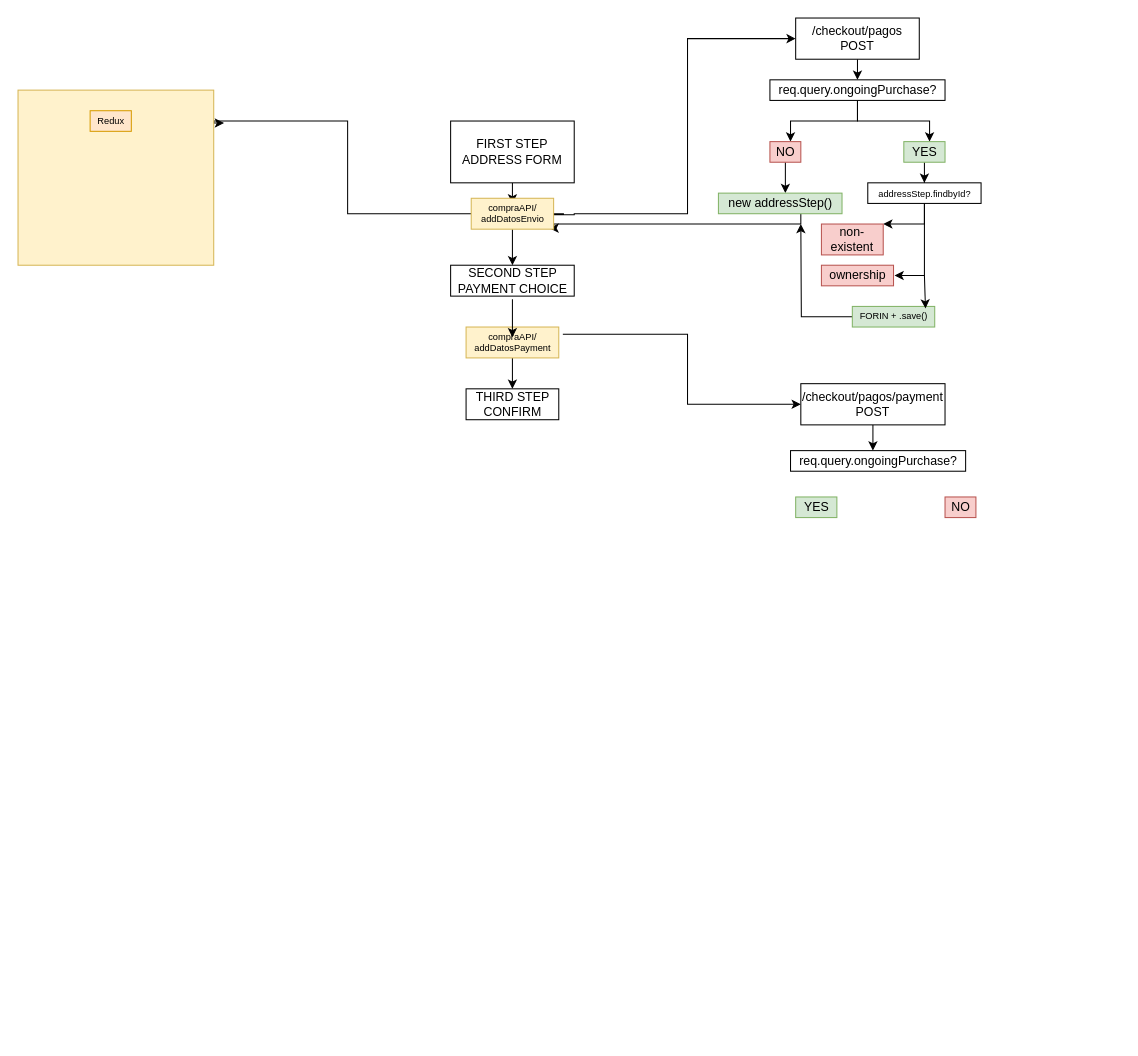
This is PERFUMERIAMUNDIAL/Untitled Diagram.drawio from CarelessAsado/Graphs, a draw.io file, before an edit. Source tidied: cells renumbered, new cells numbered last; positions are measured from the earlier drawing's top-left corner, leaving out a move shared by most shapes. Both pictures are drawn from the tidied source at 103%, with x=0, y=0 at pixel (18, 18).
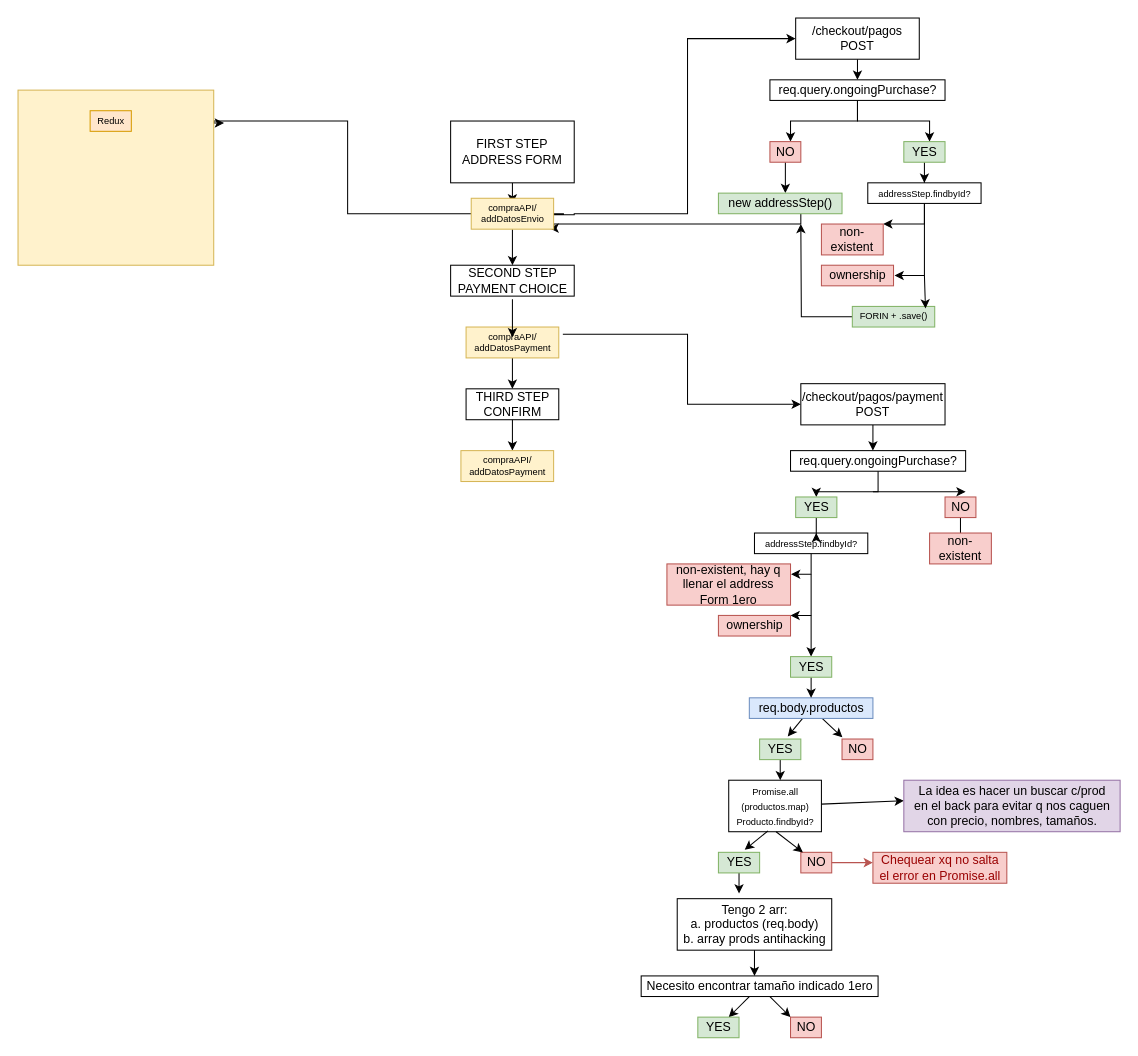
After the change.

The change refers to these unchanged cells:
```xml
<mxCell id="32" value="THIRD STEP&lt;br&gt;CONFIRM" style="text;html=1;align=center;verticalAlign=middle;points=[];strokeColor=default;fillColor=none;" parent="1" vertex="1">
  <mxGeometry x="435" y="360" width="90" height="30" as="geometry" />
</mxCell>
<mxCell id="37" value="req.query.ongoingPurchase?" style="text;html=1;align=center;verticalAlign=middle;points=[];strokeColor=default;fillColor=none;" parent="1" vertex="1">
  <mxGeometry x="750" y="420" width="170" height="20" as="geometry" />
</mxCell>
<mxCell id="38" value="NO" style="text;html=1;align=center;verticalAlign=middle;points=[];strokeColor=#b85450;fillColor=#f8cecc;" parent="1" vertex="1">
  <mxGeometry x="900" y="465" width="30" height="20" as="geometry" />
</mxCell>
<mxCell id="39" value="YES" style="text;html=1;align=center;verticalAlign=middle;points=[];strokeColor=#82b366;fillColor=#d5e8d4;" parent="1" vertex="1">
  <mxGeometry x="755" y="465" width="40" height="20" as="geometry" />
</mxCell>
```

Diff of the diagram source:
```diff
@@
+    <mxCell id="40" style="edgeStyle=orthogonalEdgeStyle;rounded=0;jettySize=auto;html=1;" parent="1" edge="1" source="32">
+      <mxGeometry relative="1" as="geometry">
+        <mxPoint x="480" y="420" as="targetPoint" />
+      </mxGeometry>
+    </mxCell>
@@
+    <mxCell id="41" style="edgeStyle=orthogonalEdgeStyle;rounded=0;jettySize=auto;html=1;" parent="1" edge="1" source="37" target="39">
+      <mxGeometry relative="1" as="geometry" />
+    </mxCell>
@@
+    <mxCell id="42" style="edgeStyle=orthogonalEdgeStyle;rounded=0;jettySize=auto;html=1;" parent="1" edge="1" source="38">
+      <mxGeometry relative="1" as="geometry">
+        <mxPoint x="915" y="500" as="targetPoint" />
+      </mxGeometry>
+    </mxCell>
@@
+    <mxCell id="43" style="edgeStyle=orthogonalEdgeStyle;rounded=0;jettySize=auto;html=1;" parent="1" edge="1" source="39">
+      <mxGeometry relative="1" as="geometry">
+        <mxPoint x="775" y="500" as="targetPoint" />
+      </mxGeometry>
+    </mxCell>
@@
+    <mxCell id="44" value="compraAPI/&lt;br&gt;addDatosPayment" style="text;html=1;align=center;verticalAlign=middle;strokeColor=#d6b656;fillColor=#fff2cc;fontSize=9;" parent="1" vertex="1">
+      <mxGeometry x="430" y="420" width="90" height="30" as="geometry" />
+    </mxCell>
+    <mxCell id="45" value="non-existent" style="whiteSpace=wrap;html=1;fillColor=#f8cecc;strokeColor=#b85450;" parent="1" vertex="1">
+      <mxGeometry x="885" y="500" width="60" height="30" as="geometry" />
+    </mxCell>
+    <mxCell id="46" style="endArrow=classic;html=1;rounded=0;" parent="1" edge="1">
+      <mxGeometry relative="1" as="geometry">
+        <mxPoint x="830" y="460" as="sourcePoint" />
+        <mxPoint x="920" y="460" as="targetPoint" />
+      </mxGeometry>
+    </mxCell>
+    <mxCell id="47" style="edgeStyle=orthogonalEdgeStyle;rounded=0;jettySize=auto;html=1;" parent="1" edge="1" source="48">
+      <mxGeometry relative="1" as="geometry">
+        <mxPoint x="750" y="540" as="targetPoint" />
+      </mxGeometry>
+    </mxCell>
+    <mxCell id="48" value="&lt;font style=&quot;font-size: 9px&quot;&gt;addressStep.findbyId?&lt;/font&gt;" style="text;html=1;align=center;verticalAlign=middle;points=[];strokeColor=default;" parent="1" vertex="1">
+      <mxGeometry x="715" y="500" width="110" height="20" as="geometry" />
+    </mxCell>
+    <mxCell id="49" value="non-existent, hay q llenar el address Form 1ero" style="whiteSpace=wrap;html=1;fillColor=#f8cecc;strokeColor=#b85450;" parent="1" vertex="1">
+      <mxGeometry x="630" y="530" width="120" height="40" as="geometry" />
+    </mxCell>
+    <mxCell id="50" style="endArrow=classic;html=1;rounded=0;edgeStyle=orthogonalEdgeStyle;" parent="1" edge="1">
+      <mxGeometry relative="1" as="geometry">
+        <mxPoint x="770" y="540" as="sourcePoint" />
+        <mxPoint x="750" y="580" as="targetPoint" />
+        <Array as="points">
+          <mxPoint x="770" y="580" />
+          <mxPoint x="750" y="580" />
+        </Array>
+      </mxGeometry>
+    </mxCell>
+    <mxCell id="51" style="endArrow=classic;html=1;rounded=0;" parent="1" edge="1">
+      <mxGeometry relative="1" as="geometry">
+        <mxPoint x="770" y="580" as="sourcePoint" />
+        <mxPoint x="770" y="620" as="targetPoint" />
+      </mxGeometry>
+    </mxCell>
+    <mxCell id="52" value="ownership" style="text;html=1;align=center;verticalAlign=middle;strokeColor=#b85450;fillColor=#f8cecc;" parent="1" vertex="1">
+      <mxGeometry x="680" y="580" width="70" height="20" as="geometry" />
+    </mxCell>
+    <mxCell id="53" style="edgeStyle=none;rounded=0;jettySize=auto;html=1;entryX=0.683;entryY=-0.128;entryDx=0;entryDy=0;entryPerimeter=0;" parent="1" edge="1" source="55" target="57">
+      <mxGeometry relative="1" as="geometry" />
+    </mxCell>
+    <mxCell id="54" style="edgeStyle=none;rounded=0;jettySize=auto;html=1;entryX=0.012;entryY=-0.085;entryDx=0;entryDy=0;entryPerimeter=0;" parent="1" edge="1" source="55" target="58">
+      <mxGeometry relative="1" as="geometry" />
+    </mxCell>
+    <mxCell id="55" value="req.body.productos" style="text;html=1;align=center;verticalAlign=middle;points=[];fillColor=#dae8fc;strokeColor=#6c8ebf;" parent="1" vertex="1">
+      <mxGeometry x="710" y="660" width="120" height="20" as="geometry" />
+    </mxCell>
+    <mxCell id="56" style="edgeStyle=none;rounded=0;jettySize=auto;html=1;" parent="1" edge="1" source="57">
+      <mxGeometry relative="1" as="geometry">
+        <mxPoint x="740" y="740" as="targetPoint" />
+      </mxGeometry>
+    </mxCell>
+    <mxCell id="57" value="YES" style="text;html=1;align=center;verticalAlign=middle;points=[];strokeColor=#82b366;fillColor=#d5e8d4;" parent="1" vertex="1">
+      <mxGeometry x="720" y="700" width="40" height="20" as="geometry" />
+    </mxCell>
+    <mxCell id="58" value="NO" style="text;html=1;align=center;verticalAlign=middle;points=[];strokeColor=#b85450;fillColor=#f8cecc;" parent="1" vertex="1">
+      <mxGeometry x="800" y="700" width="30" height="20" as="geometry" />
+    </mxCell>
+    <mxCell id="59" style="edgeStyle=none;rounded=0;jettySize=auto;html=1;" parent="1" edge="1" source="60">
+      <mxGeometry relative="1" as="geometry">
+        <mxPoint x="770" y="660" as="targetPoint" />
+      </mxGeometry>
+    </mxCell>
+    <mxCell id="60" value="YES" style="text;html=1;align=center;verticalAlign=middle;points=[];strokeColor=#82b366;fillColor=#d5e8d4;" parent="1" vertex="1">
+      <mxGeometry x="750" y="620" width="40" height="20" as="geometry" />
+    </mxCell>
+    <mxCell id="61" style="edgeStyle=none;rounded=0;jettySize=auto;html=1;entryX=0;entryY=0.4;entryDx=0;entryDy=0;entryPerimeter=0;" parent="1" edge="1" source="62" target="63">
+      <mxGeometry relative="1" as="geometry" />
+    </mxCell>
+    <mxCell id="62" value="&lt;font style=&quot;font-size: 9px&quot;&gt;Promise.all&lt;br&gt;(productos.map)&lt;br&gt;Producto.findbyId?&lt;/font&gt;" style="text;html=1;align=center;verticalAlign=middle;points=[];strokeColor=default;" parent="1" vertex="1">
+      <mxGeometry x="690" y="740" width="90" height="50" as="geometry" />
+    </mxCell>
+    <mxCell id="63" value="La idea es hacer un buscar c/prod &lt;br&gt;en el back para evitar q nos caguen &lt;br&gt;con precio, nombres, tamaños." style="text;html=1;align=center;verticalAlign=middle;points=[];strokeColor=#9673a6;glass=0;sketch=0;fillColor=#e1d5e7;" parent="1" vertex="1">
+      <mxGeometry x="860" y="740" width="210" height="50" as="geometry" />
+    </mxCell>
+    <mxCell id="64" value="NO" style="text;html=1;align=center;verticalAlign=middle;points=[];strokeColor=#b85450;fillColor=#f8cecc;" parent="1" vertex="1">
+      <mxGeometry x="760" y="810" width="30" height="20" as="geometry" />
+    </mxCell>
+    <mxCell id="65" style="edgeStyle=none;rounded=0;jettySize=auto;html=1;" parent="1" edge="1" source="66">
+      <mxGeometry relative="1" as="geometry">
+        <mxPoint x="700" y="850" as="targetPoint" />
+      </mxGeometry>
+    </mxCell>
+    <mxCell id="66" value="YES" style="text;html=1;align=center;verticalAlign=middle;points=[];strokeColor=#82b366;fillColor=#d5e8d4;" parent="1" vertex="1">
+      <mxGeometry x="680" y="810" width="40" height="20" as="geometry" />
+    </mxCell>
+    <mxCell id="67" style="edgeStyle=none;rounded=0;jettySize=auto;html=1;entryX=0.639;entryY=-0.128;entryDx=0;entryDy=0;entryPerimeter=0;exitX=0.424;exitY=0.983;exitDx=0;exitDy=0;exitPerimeter=0;" parent="1" edge="1" source="62" target="66">
+      <mxGeometry relative="1" as="geometry" />
+    </mxCell>
+    <mxCell id="68" style="edgeStyle=none;rounded=0;jettySize=auto;html=1;exitX=0.511;exitY=1.001;exitDx=0;exitDy=0;exitPerimeter=0;" parent="1" edge="1" source="62" target="64">
+      <mxGeometry relative="1" as="geometry" />
+    </mxCell>
+    <mxCell id="69" style="edgeStyle=none;rounded=0;jettySize=auto;html=1;" parent="1" edge="1" source="70">
+      <mxGeometry relative="1" as="geometry">
+        <mxPoint x="715" y="930" as="targetPoint" />
+      </mxGeometry>
+    </mxCell>
+    <mxCell id="70" value="Tengo 2 arr:&lt;br&gt;a. productos (req.body)&lt;br&gt;b. array prods antihacking" style="text;html=1;align=center;verticalAlign=middle;points=[];strokeColor=default;" parent="1" vertex="1">
+      <mxGeometry x="640" y="855" width="150" height="50" as="geometry" />
+    </mxCell>
+    <mxCell id="71" style="edgeStyle=none;rounded=0;jettySize=auto;html=1;" parent="1" edge="1" source="73">
+      <mxGeometry relative="1" as="geometry">
+        <mxPoint x="690" y="970" as="targetPoint" />
+      </mxGeometry>
+    </mxCell>
+    <mxCell id="72" style="edgeStyle=none;rounded=0;jettySize=auto;html=1;" parent="1" edge="1" source="73">
+      <mxGeometry relative="1" as="geometry">
+        <mxPoint x="750" y="970" as="targetPoint" />
+      </mxGeometry>
+    </mxCell>
+    <mxCell id="73" value="Necesito encontrar tamaño indicado 1ero" style="text;html=1;align=center;verticalAlign=middle;points=[];strokeColor=default;" parent="1" vertex="1">
+      <mxGeometry x="605" y="930" width="230" height="20" as="geometry" />
+    </mxCell>
+    <mxCell id="74" value="YES" style="text;html=1;align=center;verticalAlign=middle;strokeColor=#82b366;fillColor=#d5e8d4;" parent="1" vertex="1">
+      <mxGeometry x="660" y="970" width="40" height="20" as="geometry" />
+    </mxCell>
+    <mxCell id="75" value="NO" style="text;html=1;align=center;verticalAlign=middle;strokeColor=#b85450;fillColor=#f8cecc;" parent="1" vertex="1">
+      <mxGeometry x="750" y="970" width="30" height="20" as="geometry" />
+    </mxCell>
+    <mxCell id="76" style="endArrow=classic;html=1;rounded=0;exitX=1;exitY=0.5;exitDx=0;exitDy=0;exitPerimeter=0;fillColor=#f8cecc;strokeColor=#b85450;" parent="1" edge="1" source="64">
+      <mxGeometry relative="1" as="geometry">
+        <mxPoint x="830" y="820" as="targetPoint" />
+      </mxGeometry>
+    </mxCell>
+    <mxCell id="77" value="Chequear xq no salta&lt;br&gt;el error en Promise.all" style="text;html=1;align=center;verticalAlign=middle;strokeColor=#b85450;fillColor=#f8cecc;fontColor=#990000;" parent="1" vertex="1">
+      <mxGeometry x="830" y="810" width="130" height="30" as="geometry" />
+    </mxCell>
```
